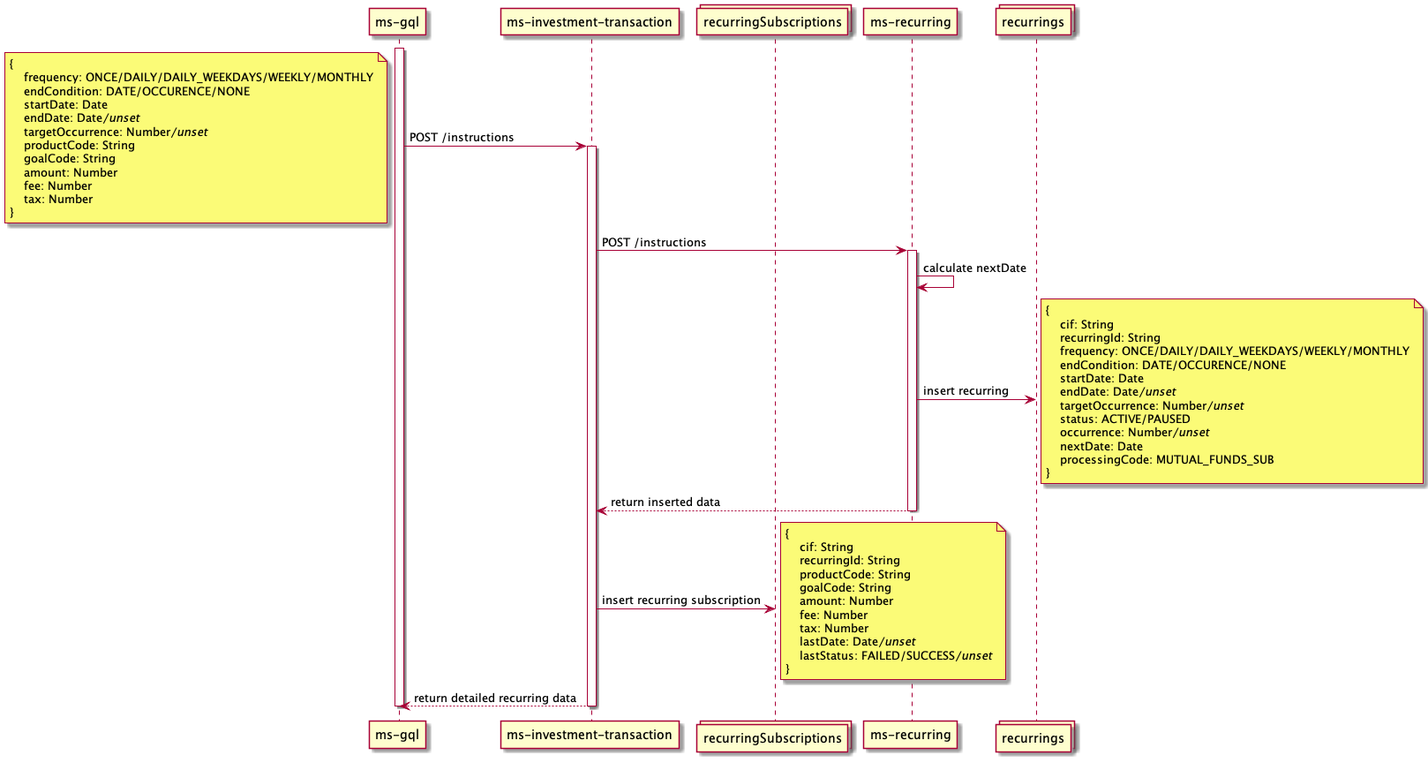
Before: out/mfRecurring/mutual funds recurring.png, a diagram exported from PlantUML (iksena/jenius-uml). Source of this version:
```plantuml
@startuml mutual funds recurring

participant "ms-gql" as mg
participant "ms-investment-transaction" as mit
collections "recurringSubscriptions" as recSubs
participant "ms-recurring" as mr
collections "recurrings" as recs

activate mg
mg -> mit: POST /instructions
note left
{
    frequency: ONCE/DAILY/DAILY_WEEKDAYS/WEEKLY/MONTHLY
    endCondition: DATE/OCCURENCE/NONE
    startDate: Date
    endDate: Date///unset//
    targetOccurrence: Number///unset//
    productCode: String
    goalCode: String
    amount: Number
    fee: Number
    tax: Number
}
end note
activate mit
mit -> mr: POST /instructions
activate mr
mr -> mr: calculate nextDate
mr -> recs: insert recurring
note right
{
    cif: String
    recurringId: String
    frequency: ONCE/DAILY/DAILY_WEEKDAYS/WEEKLY/MONTHLY
    endCondition: DATE/OCCURENCE/NONE
    startDate: Date
    endDate: Date///unset//
    targetOccurrence: Number///unset//
    status: ACTIVE/PAUSED
    occurrence: Number///unset//
    nextDate: Date
    processingCode: MUTUAL_FUNDS_SUB
}
end note
mr --> mit: return inserted data
deactivate mr
mit-> recSubs: insert recurring subscription
note right
{
    cif: String
    recurringId: String
    productCode: String
    goalCode: String
    amount: Number
    fee: Number
    tax: Number
    lastDate: Date///unset//
    lastStatus: FAILED/SUCCESS///unset//
}
end note
mit --> mg: return detailed recurring data
deactivate mit
deactivate mg

@enduml
```
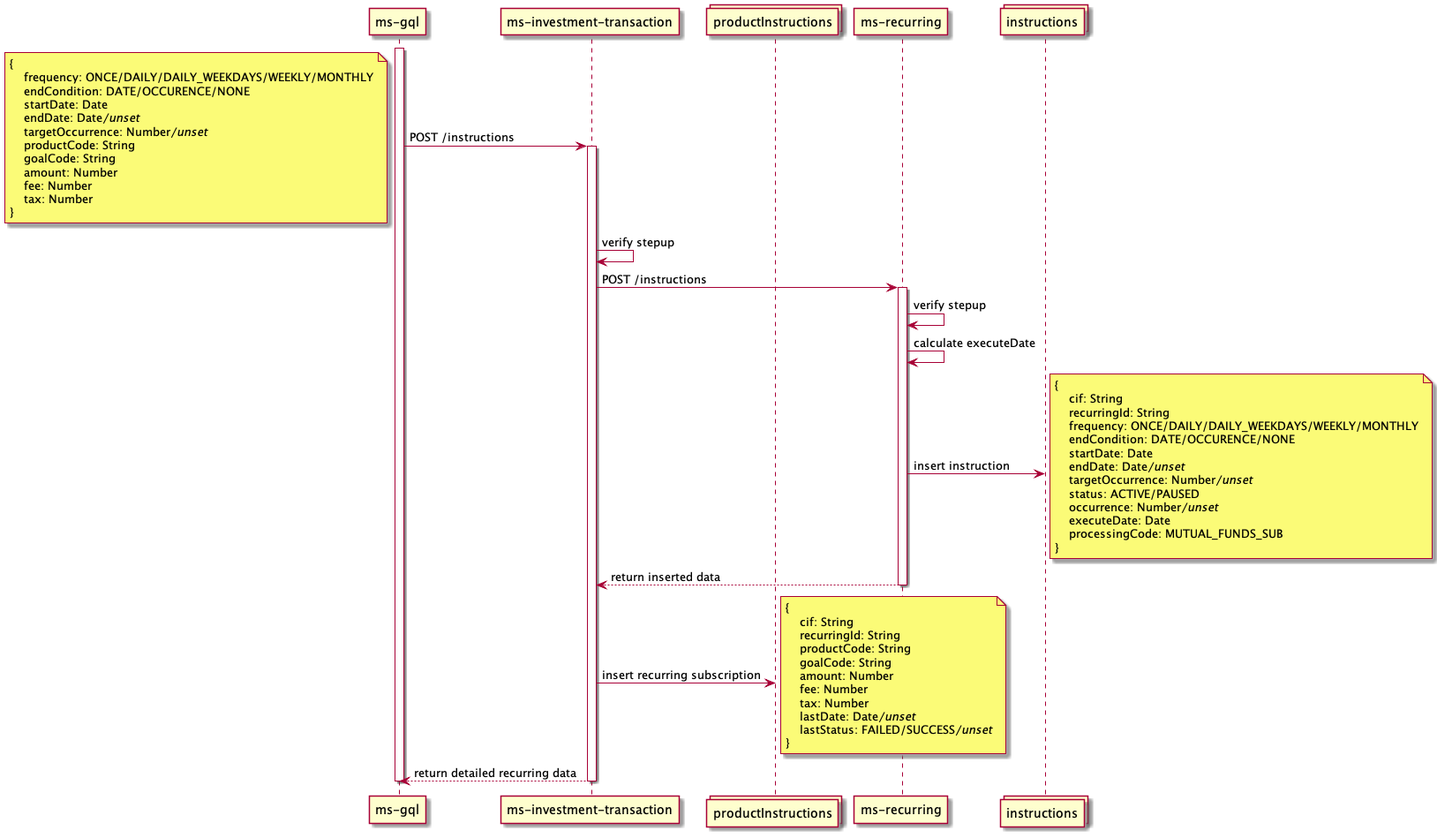
Above is the later version.

What changed in the source:
```diff
@@ -2,9 +2,9 @@
 
 participant "ms-gql" as mg
 participant "ms-investment-transaction" as mit
-collections "recurringSubscriptions" as recSubs
+collections "productInstructions" as recSubs
 participant "ms-recurring" as mr
-collections "recurrings" as recs
+collections "instructions" as recs
 
 activate mg
 mg -> mit: POST /instructions
@@ -23,10 +23,12 @@
 }
 end note
 activate mit
+mit -> mit: verify stepup
 mit -> mr: POST /instructions
 activate mr
-mr -> mr: calculate nextDate
-mr -> recs: insert recurring
+mr -> mr: verify stepup
+mr -> mr: calculate executeDate
+mr -> recs: insert instruction
 note right
 {
     cif: String
@@ -38,7 +40,7 @@
     targetOccurrence: Number///unset//
     status: ACTIVE/PAUSED
     occurrence: Number///unset//
-    nextDate: Date
+    executeDate: Date
     processingCode: MUTUAL_FUNDS_SUB
 }
 end note
```
